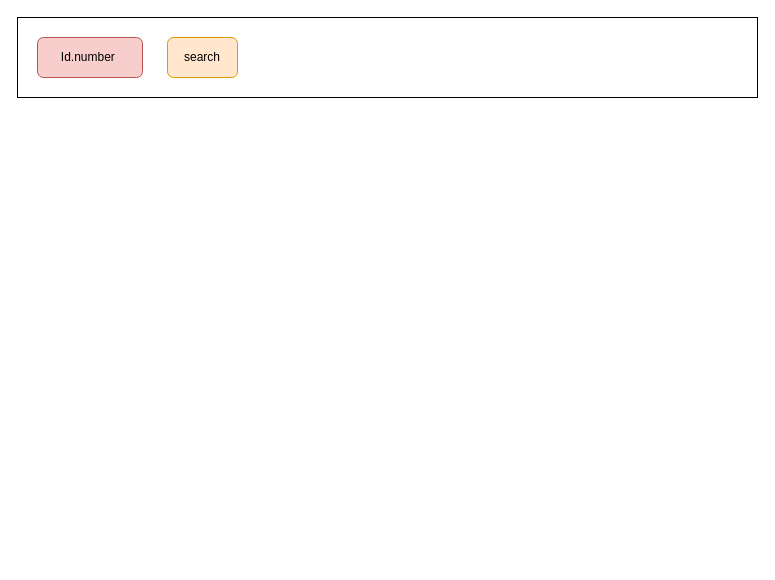
Above: page "MAIN" (1 of 6) of ERP_LAYOUT.drawio in PIEngineer/ERP_LAYOUT (draw.io), before the change. Source tidied: cells renumbered, new cells numbered last; positions are measured from the earlier drawing's top-left corner, leaving out a move shared by most shapes. Both pictures are drawn from the tidied source at 100%, with x=0, y=0 at pixel (17, 17).
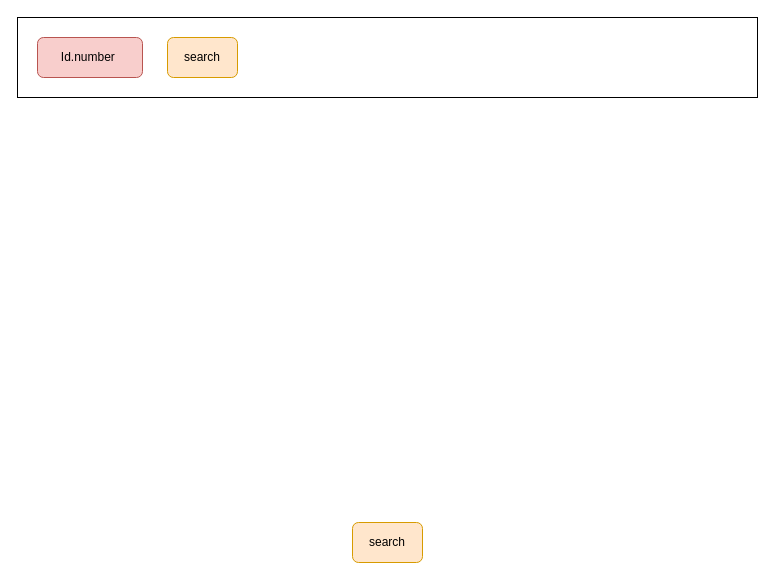
The same page after the edit.

The edit, as a diff of the source:
```diff
@@
 <mxGraphModel>
   <root>
     <mxCell id="0" />
     <mxCell id="1" parent="0" />
     <mxCell id="2" style="rounded=0;whiteSpace=wrap;html=1;" parent="1" vertex="1">
       <mxGeometry width="740" height="80" as="geometry" />
     </mxCell>
     <mxCell id="3" value="search" style="rounded=1;whiteSpace=wrap;html=1;fillColor=#ffe6cc;strokeColor=#d79b00;" parent="1" vertex="1">
       <mxGeometry x="150" y="20" width="70" height="40" as="geometry" />
     </mxCell>
     <mxCell id="4" value="Id.number&amp;nbsp;" style="rounded=1;whiteSpace=wrap;html=1;fillColor=#f8cecc;strokeColor=#b85450;" parent="1" vertex="1">
       <mxGeometry x="20" y="20" width="105" height="40" as="geometry" />
     </mxCell>
+    <mxCell id="5" value="search" style="rounded=1;whiteSpace=wrap;html=1;fillColor=#ffe6cc;strokeColor=#d79b00;" parent="1" vertex="1">
+      <mxGeometry x="335" y="505" width="70" height="40" as="geometry" />
+    </mxCell>
   </root>
 </mxGraphModel>
```
